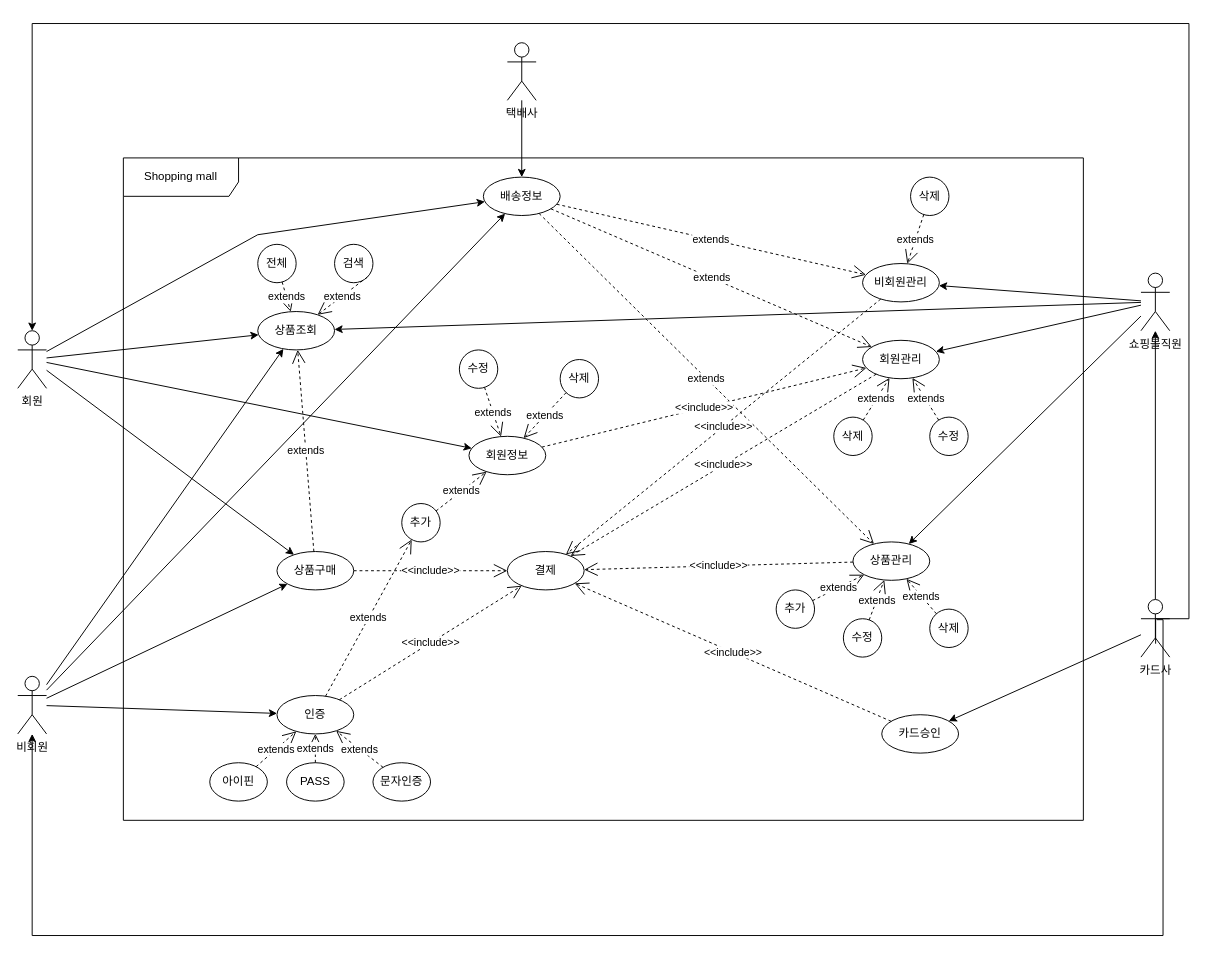
The draw.io diagram src/teamdiagram.drawio in choideokhyeon/JAVA20220930, before the edit. Source tidied: cells renumbered, new cells numbered last; positions are measured from the earlier drawing's top-left corner, leaving out a move shared by most shapes. Both pictures are drawn from the tidied source at 96%, with x=0, y=0 at pixel (17, 23).
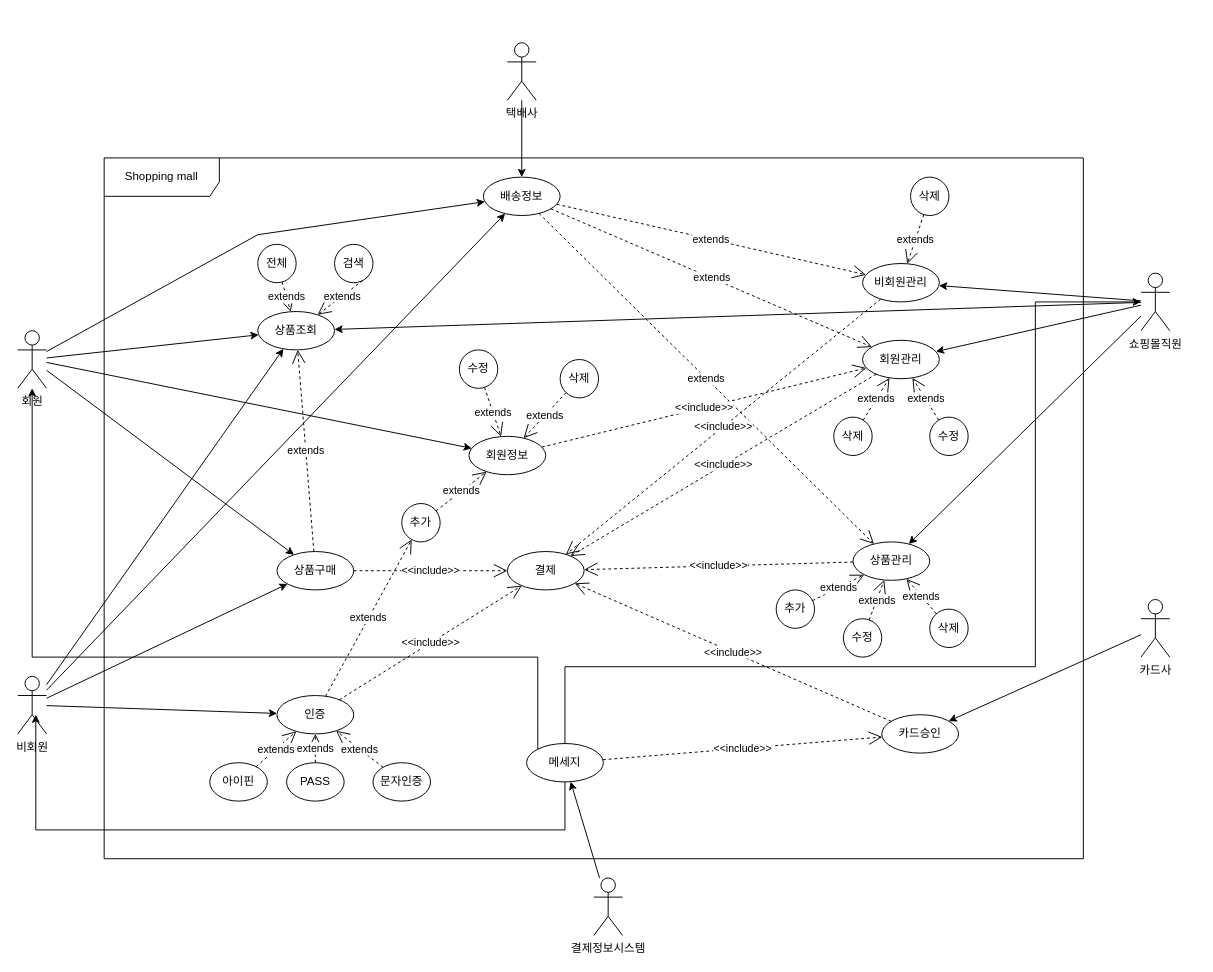
The same diagram, later.

Unchanged cells that the change refers to:
```xml
<mxCell id="8" value="회원" style="shape=umlActor;verticalLabelPosition=bottom;verticalAlign=top;html=1;" parent="1" vertex="1">
  <mxGeometry y="320" width="30" height="60" as="geometry" />
</mxCell>
<mxCell id="14" value="비회원" style="shape=umlActor;verticalLabelPosition=bottom;verticalAlign=top;html=1;" parent="1" vertex="1">
  <mxGeometry y="680" width="30" height="60" as="geometry" />
</mxCell>
<mxCell id="17" value="카드승인" style="ellipse;whiteSpace=wrap;html=1;" parent="1" vertex="1">
  <mxGeometry x="900" y="720" width="80" height="40" as="geometry" />
</mxCell>
<mxCell id="20" value="카드사" style="shape=umlActor;verticalLabelPosition=bottom;verticalAlign=top;html=1;" parent="1" vertex="1">
  <mxGeometry x="1170" y="600" width="30" height="60" as="geometry" />
</mxCell>
<mxCell id="25" value="쇼핑몰직원" style="shape=umlActor;verticalLabelPosition=bottom;verticalAlign=top;html=1;" parent="1" vertex="1">
  <mxGeometry x="1170" y="260" width="30" height="60" as="geometry" />
</mxCell>
```

What changed in the source:
```diff
@@
     <mxCell id="2" value="Shopping mall" style="shape=umlFrame;whiteSpace=wrap;html=1;width=120;height=40;" parent="1" vertex="1">
-      <mxGeometry x="110" y="140" width="1000" height="690" as="geometry" />
+      <mxGeometry x="90" y="140" width="1020" height="730" as="geometry" />
     </mxCell>
@@
-    <mxCell id="6" style="edgeStyle=orthogonalEdgeStyle;rounded=0;jettySize=auto;html=1;entryX=0.509;entryY=0.767;entryDx=0;entryDy=0;entryPerimeter=0;startArrow=classic;startFill=1;endArrow=none;endFill=0;" parent="1" edge="1" source="8" target="20">
-      <mxGeometry relative="1" as="geometry">
-        <Array as="points">
-          <mxPoint x="15" />
-          <mxPoint x="1220" />
-          <mxPoint x="1220" y="620" />
-          <mxPoint x="1185" y="620" />
-        </Array>
-      </mxGeometry>
-    </mxCell>
@@
-    <mxCell id="12" style="edgeStyle=orthogonalEdgeStyle;rounded=0;jettySize=auto;html=1;entryX=0.552;entryY=0.35;entryDx=0;entryDy=0;entryPerimeter=0;startArrow=classic;startFill=1;endArrow=none;endFill=0;" parent="1" edge="1" source="14" target="20">
-      <mxGeometry relative="1" as="geometry">
-        <Array as="points">
-          <mxPoint x="15" y="950" />
-          <mxPoint x="1193" y="950" />
-          <mxPoint x="1193" y="621" />
-        </Array>
-      </mxGeometry>
-    </mxCell>
@@
-    <mxCell id="19" style="edgeStyle=none;rounded=0;jettySize=auto;html=1;" parent="1" edge="1" source="20" target="25">
-      <mxGeometry relative="1" as="geometry" />
-    </mxCell>
@@
+    <mxCell id="75" style="rounded=0;jettySize=auto;html=1;startArrow=none;startFill=0;endArrow=classic;endFill=1;" parent="1" edge="1" source="76" target="80">
+      <mxGeometry relative="1" as="geometry" />
+    </mxCell>
+    <mxCell id="76" value="결제정보시스템" style="shape=umlActor;verticalLabelPosition=bottom;verticalAlign=top;html=1;" parent="1" vertex="1">
+      <mxGeometry x="600" y="890" width="30" height="60" as="geometry" />
+    </mxCell>
+    <mxCell id="77" style="edgeStyle=orthogonalEdgeStyle;rounded=0;jettySize=auto;html=1;exitX=0;exitY=0;exitDx=0;exitDy=0;startArrow=none;startFill=0;endArrow=classic;endFill=1;" parent="1" edge="1" source="80" target="8">
+      <mxGeometry relative="1" as="geometry">
+        <Array as="points">
+          <mxPoint x="542" y="660" />
+          <mxPoint x="15" y="660" />
+        </Array>
+      </mxGeometry>
+    </mxCell>
+    <mxCell id="78" style="edgeStyle=orthogonalEdgeStyle;rounded=0;jettySize=auto;html=1;entryX=0.626;entryY=0.665;entryDx=0;entryDy=0;entryPerimeter=0;startArrow=none;startFill=0;endArrow=classic;endFill=1;" parent="1" edge="1" source="80" target="14">
+      <mxGeometry relative="1" as="geometry">
+        <Array as="points">
+          <mxPoint x="570" y="840" />
+          <mxPoint x="19" y="840" />
+        </Array>
+      </mxGeometry>
+    </mxCell>
+    <mxCell id="79" style="edgeStyle=orthogonalEdgeStyle;rounded=0;jettySize=auto;html=1;startArrow=none;startFill=0;endArrow=classic;endFill=1;" parent="1" edge="1" source="80" target="25">
+      <mxGeometry relative="1" as="geometry">
+        <Array as="points">
+          <mxPoint x="570" y="670" />
+          <mxPoint x="1060" y="670" />
+          <mxPoint x="1060" y="290" />
+        </Array>
+      </mxGeometry>
+    </mxCell>
+    <mxCell id="80" value="메세지" style="ellipse;whiteSpace=wrap;html=1;" parent="1" vertex="1">
+      <mxGeometry x="530" y="750" width="80" height="40" as="geometry" />
+    </mxCell>
+    <mxCell id="81" value="&amp;lt;&amp;lt;include&amp;gt;&amp;gt;" style="endArrow=open;endSize=12;dashed=1;html=1;rounded=0;" parent="1" edge="1" source="80" target="17">
+      <mxGeometry relative="1" as="geometry" />
+    </mxCell>
```
